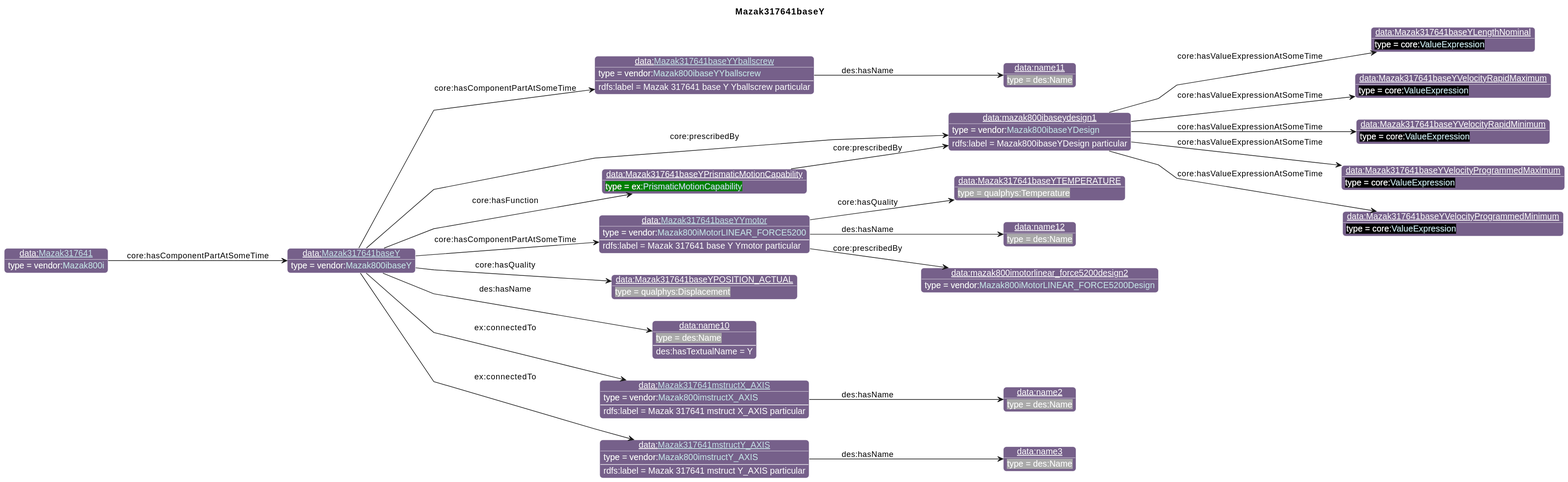
iofoundry/example-syseng-mtconnect keeps this PlantUML diagram as diagrams/Mazak317641baseY.svg. Above is the earlier version.
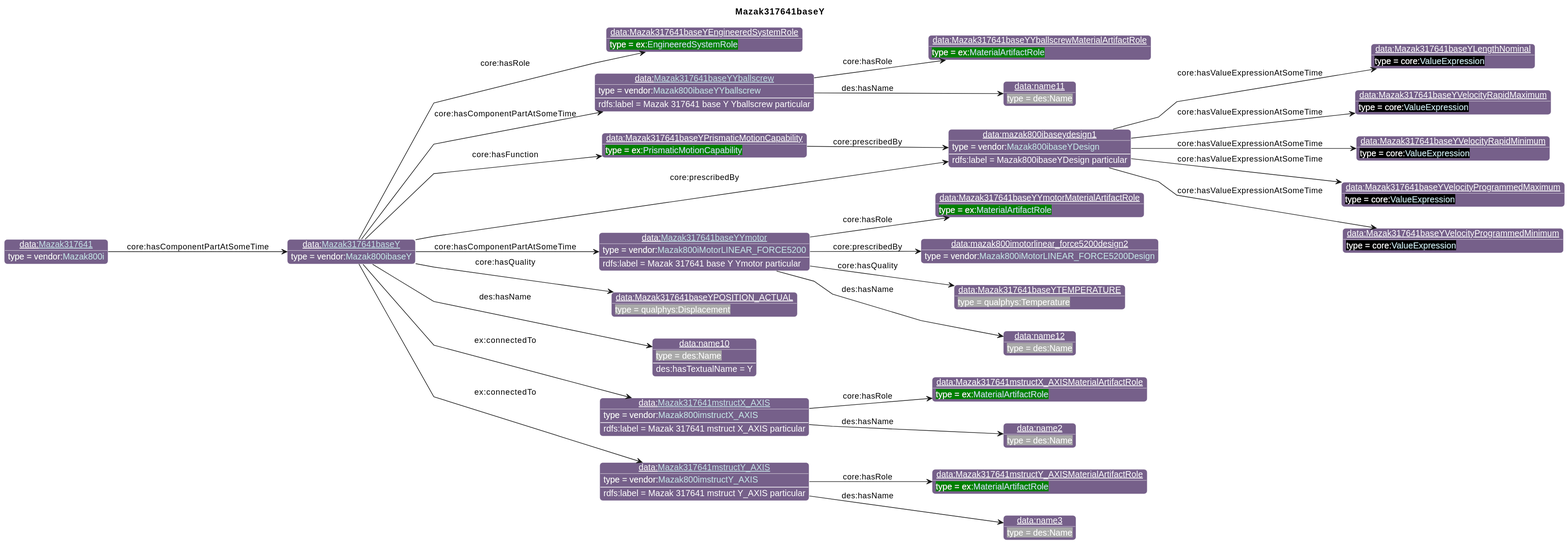
Later version of the same file.

What changed in the source:
```diff
@@ -26,51 +26,61 @@
                       "qp":"641B2E"
       }
 individual(o0, data:[[./Mazak317641baseY.html Mazak317641baseY]], vendor:[[../Mazak.html#Mazak800ibaseY Mazak800ibaseY]])
-individual(o1, data:mazak800ibaseydesign1, vendor:[[../Mazak.html#Mazak800ibaseYDesign Mazak800ibaseYDesign]])
-individual(o2, data:Mazak317641baseYLengthNominal, core:[[https://spec.industrialontologies.org/ontology/core/Core/ValueExpression ValueExpression]])
-individual(o3, data:Mazak317641baseYVelocityRapidMaximum, core:[[https://spec.industrialontologies.org/ontology/core/Core/ValueExpression ValueExpression]])
-individual(o4, data:Mazak317641baseYVelocityRapidMinimum, core:[[https://spec.industrialontologies.org/ontology/core/Core/ValueExpression ValueExpression]])
-individual(o5, data:Mazak317641baseYVelocityProgrammedMaximum, core:[[https://spec.industrialontologies.org/ontology/core/Core/ValueExpression ValueExpression]])
-individual(o6, data:Mazak317641baseYVelocityProgrammedMinimum, core:[[https://spec.industrialontologies.org/ontology/core/Core/ValueExpression ValueExpression]])
-individual(o7, data:[[./Mazak317641baseYYballscrew.html Mazak317641baseYYballscrew]], vendor:[[../Mazak.html#Mazak800ibaseYYballscrew Mazak800ibaseYYballscrew]])
-individual(o8, data:name11, des:Name)
-individual(o9, data:[[./Mazak317641baseYYmotor.html Mazak317641baseYYmotor]], vendor:[[../Mazak.html#Mazak800iMotorLINEAR_FORCE5200 Mazak800iMotorLINEAR_FORCE5200]])
-individual(o10, data:mazak800imotorlinear_force5200design2, vendor:[[../Mazak.html#Mazak800iMotorLINEAR_FORCE5200Design Mazak800iMotorLINEAR_FORCE5200Design]])
-individual(o11, data:Mazak317641baseYTEMPERATURE, qualphys:Temperature)
-individual(o12, data:name12, des:Name)
-individual(o13, data:Mazak317641baseYPrismaticMotionCapability, ex:[[../Example.html#PrismaticMotionCapability PrismaticMotionCapability]])
-individual(o14, data:Mazak317641baseYPOSITION_ACTUAL, qualphys:Displacement)
-individual(o15, data:name10, des:Name)
-individual(o16, data:[[./Mazak317641mstructX_AXIS.html Mazak317641mstructX_AXIS]], vendor:[[../Mazak.html#Mazak800imstructX_AXIS Mazak800imstructX_AXIS]])
-individual(o17, data:name2, des:Name)
-individual(o18, data:[[./Mazak317641mstructY_AXIS.html Mazak317641mstructY_AXIS]], vendor:[[../Mazak.html#Mazak800imstructY_AXIS Mazak800imstructY_AXIS]])
-individual(o19, data:name3, des:Name)
-individual(o20, data:[[./Mazak317641.html Mazak317641]], vendor:[[../Mazak.html#Mazak800i Mazak800i]])
-property(o0, "core:prescribedBy", o1)
-data(o1, "rdfs:label", "Mazak800ibaseYDesign particular")
-property(o1, "core:hasValueExpressionAtSomeTime", o2)
-property(o1, "core:hasValueExpressionAtSomeTime", o3)
-property(o1, "core:hasValueExpressionAtSomeTime", o4)
-property(o1, "core:hasValueExpressionAtSomeTime", o5)
-property(o1, "core:hasValueExpressionAtSomeTime", o6)
-property(o0, "core:hasComponentPartAtSomeTime", o7)
-data(o7, "rdfs:label", "Mazak 317641 base Y Yballscrew particular")
-property(o7, "des:hasName", o8)
-property(o0, "core:hasComponentPartAtSomeTime", o9)
-data(o9, "rdfs:label", "Mazak 317641 base Y Ymotor particular")
-property(o9, "core:prescribedBy", o10)
-property(o9, "core:hasQuality", o11)
-property(o9, "des:hasName", o12)
-property(o0, "core:hasFunction", o13)
-property(o13, "core:prescribedBy", o1)
-property(o0, "core:hasQuality", o14)
-property(o0, "des:hasName", o15)
-data(o15, "des:hasTextualName", "Y")
-property(o0, "ex:connectedTo", o16)
-data(o16, "rdfs:label", "Mazak 317641 mstruct X_AXIS particular")
-property(o16, "des:hasName", o17)
-property(o0, "ex:connectedTo", o18)
-data(o18, "rdfs:label", "Mazak 317641 mstruct Y_AXIS particular")
-property(o18, "des:hasName", o19)
-property(o20, "core:hasComponentPartAtSomeTime", o0)
+individual(o1, data:Mazak317641baseYEngineeredSystemRole, ex:[[../Example.html#EngineeredSystemRole EngineeredSystemRole]])
+individual(o2, data:mazak800ibaseydesign1, vendor:[[../Mazak.html#Mazak800ibaseYDesign Mazak800ibaseYDesign]])
+individual(o3, data:Mazak317641baseYLengthNominal, core:[[https://spec.industrialontologies.org/ontology/core/Core/ValueExpression ValueExpression]])
+individual(o4, data:Mazak317641baseYVelocityRapidMaximum, core:[[https://spec.industrialontologies.org/ontology/core/Core/ValueExpression ValueExpression]])
+individual(o5, data:Mazak317641baseYVelocityRapidMinimum, core:[[https://spec.industrialontologies.org/ontology/core/Core/ValueExpression ValueExpression]])
+individual(o6, data:Mazak317641baseYVelocityProgrammedMaximum, core:[[https://spec.industrialontologies.org/ontology/core/Core/ValueExpression ValueExpression]])
+individual(o7, data:Mazak317641baseYVelocityProgrammedMinimum, core:[[https://spec.industrialontologies.org/ontology/core/Core/ValueExpression ValueExpression]])
+individual(o8, data:[[./Mazak317641baseYYballscrew.html Mazak317641baseYYballscrew]], vendor:[[../Mazak.html#Mazak800ibaseYYballscrew Mazak800ibaseYYballscrew]])
+individual(o9, data:Mazak317641baseYYballscrewMaterialArtifactRole, ex:[[../Example.html#MaterialArtifactRole MaterialArtifactRole]])
+individual(o10, data:name11, des:Name)
+individual(o11, data:[[./Mazak317641baseYYmotor.html Mazak317641baseYYmotor]], vendor:[[../Mazak.html#Mazak800iMotorLINEAR_FORCE5200 Mazak800iMotorLINEAR_FORCE5200]])
+individual(o12, data:Mazak317641baseYYmotorMaterialArtifactRole, ex:[[../Example.html#MaterialArtifactRole MaterialArtifactRole]])
+individual(o13, data:mazak800imotorlinear_force5200design2, vendor:[[../Mazak.html#Mazak800iMotorLINEAR_FORCE5200Design Mazak800iMotorLINEAR_FORCE5200Design]])
+individual(o14, data:Mazak317641baseYTEMPERATURE, qualphys:Temperature)
+individual(o15, data:name12, des:Name)
+individual(o16, data:Mazak317641baseYPrismaticMotionCapability, ex:[[../Example.html#PrismaticMotionCapability PrismaticMotionCapability]])
+individual(o17, data:Mazak317641baseYPOSITION_ACTUAL, qualphys:Displacement)
+individual(o18, data:name10, des:Name)
+individual(o19, data:[[./Mazak317641mstructX_AXIS.html Mazak317641mstructX_AXIS]], vendor:[[../Mazak.html#Mazak800imstructX_AXIS Mazak800imstructX_AXIS]])
+individual(o20, data:Mazak317641mstructX_AXISMaterialArtifactRole, ex:[[../Example.html#MaterialArtifactRole MaterialArtifactRole]])
+individual(o21, data:name2, des:Name)
+individual(o22, data:[[./Mazak317641mstructY_AXIS.html Mazak317641mstructY_AXIS]], vendor:[[../Mazak.html#Mazak800imstructY_AXIS Mazak800imstructY_AXIS]])
+individual(o23, data:Mazak317641mstructY_AXISMaterialArtifactRole, ex:[[../Example.html#MaterialArtifactRole MaterialArtifactRole]])
+individual(o24, data:name3, des:Name)
+individual(o25, data:[[./Mazak317641.html Mazak317641]], vendor:[[../Mazak.html#Mazak800i Mazak800i]])
+property(o0, "core:hasRole", o1)
+property(o0, "core:prescribedBy", o2)
+data(o2, "rdfs:label", "Mazak800ibaseYDesign particular")
+property(o2, "core:hasValueExpressionAtSomeTime", o3)
+property(o2, "core:hasValueExpressionAtSomeTime", o4)
+property(o2, "core:hasValueExpressionAtSomeTime", o5)
+property(o2, "core:hasValueExpressionAtSomeTime", o6)
+property(o2, "core:hasValueExpressionAtSomeTime", o7)
+property(o0, "core:hasComponentPartAtSomeTime", o8)
+data(o8, "rdfs:label", "Mazak 317641 base Y Yballscrew particular")
+property(o8, "core:hasRole", o9)
+property(o8, "des:hasName", o10)
+property(o0, "core:hasComponentPartAtSomeTime", o11)
+data(o11, "rdfs:label", "Mazak 317641 base Y Ymotor particular")
+property(o11, "core:hasRole", o12)
+property(o11, "core:prescribedBy", o13)
+property(o11, "core:hasQuality", o14)
+property(o11, "des:hasName", o15)
+property(o0, "core:hasFunction", o16)
+property(o16, "core:prescribedBy", o2)
+property(o0, "core:hasQuality", o17)
+property(o0, "des:hasName", o18)
+data(o18, "des:hasTextualName", "Y")
+property(o0, "ex:connectedTo", o19)
+data(o19, "rdfs:label", "Mazak 317641 mstruct X_AXIS particular")
+property(o19, "core:hasRole", o20)
+property(o19, "des:hasName", o21)
+property(o0, "ex:connectedTo", o22)
+data(o22, "rdfs:label", "Mazak 317641 mstruct Y_AXIS particular")
+property(o22, "core:hasRole", o23)
+property(o22, "des:hasName", o24)
+property(o25, "core:hasComponentPartAtSomeTime", o0)
 @enduml
```
